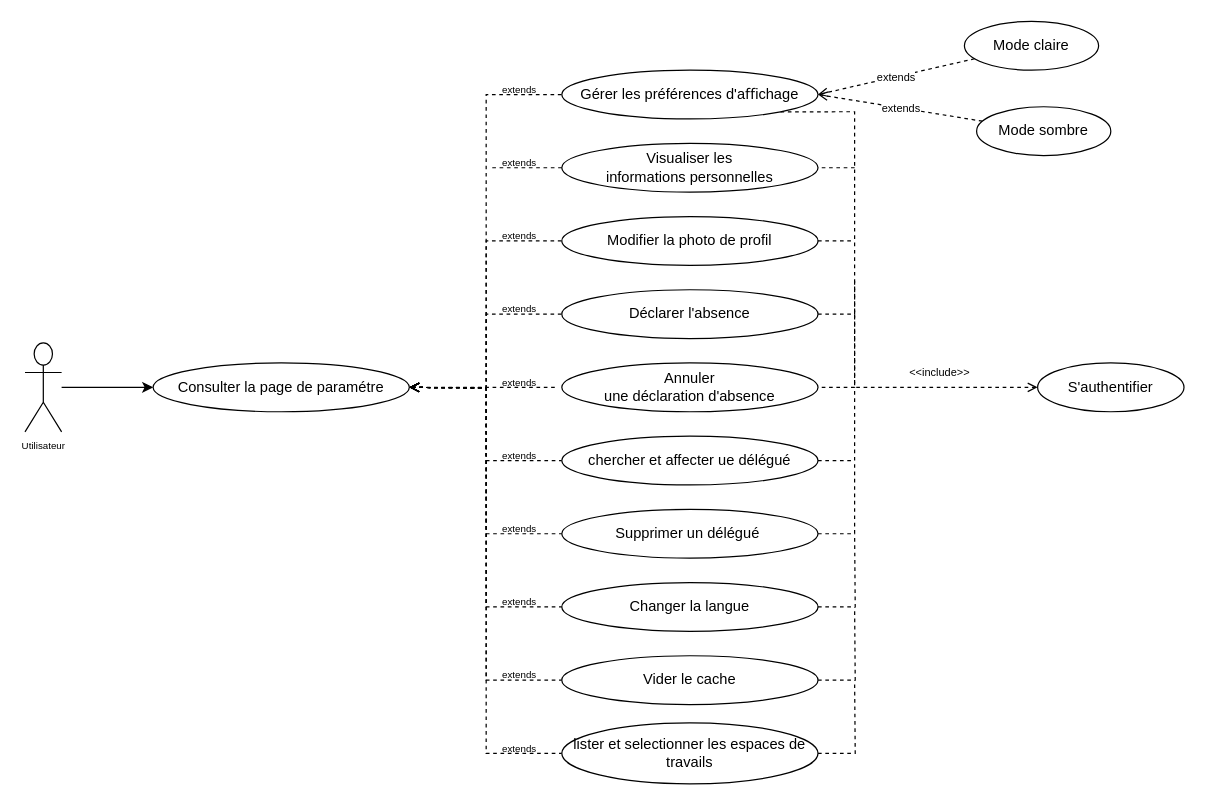
Earlier version of the draw.io diagram UseCaseSprint6.drawio (PFE-Neoledge-2023/rapport). Source tidied: cells renumbered, new cells numbered last; positions are measured from the earlier drawing's top-left corner, leaving out a move shared by most shapes. Both pictures are drawn from the tidied source at 122%, with x=0, y=0 at pixel (24, 21).
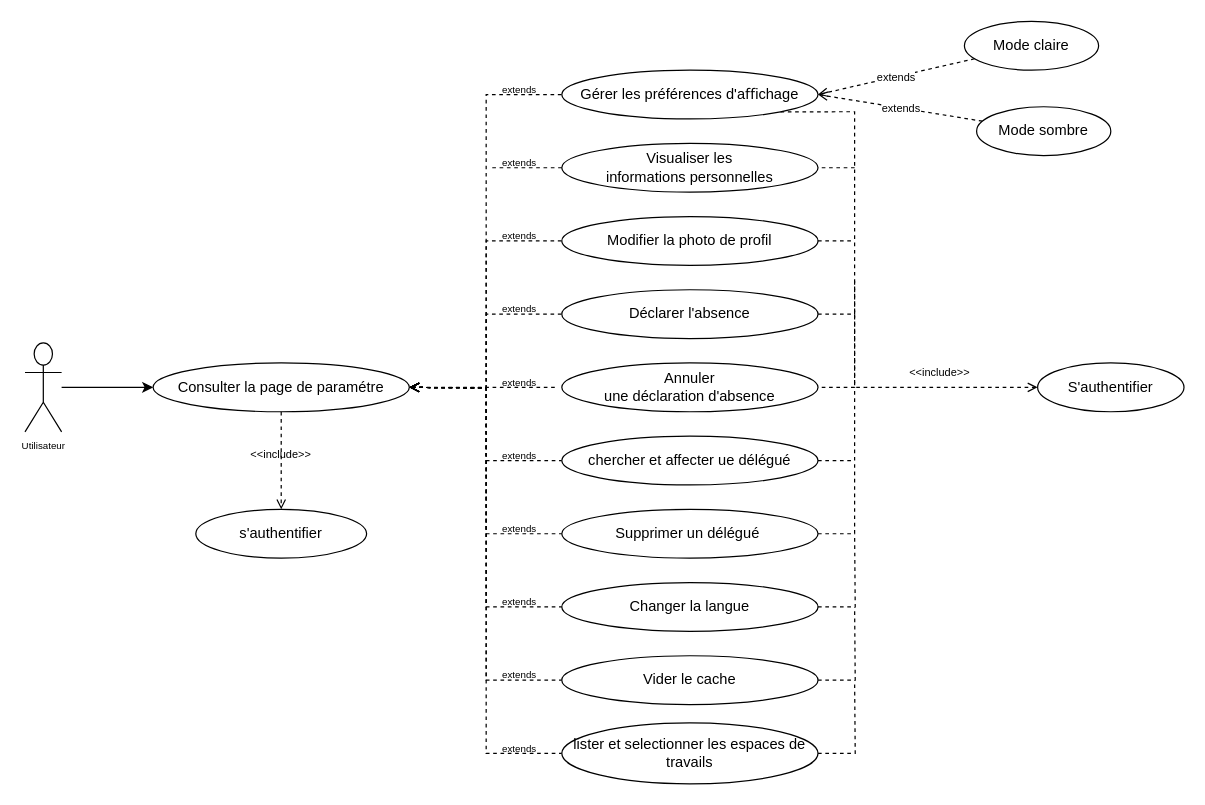
The same diagram, later.

The edit, as a diff of the source:
```diff
@@
+    <mxCell id="51" style="edgeStyle=none;html=1;entryX=0.5;entryY=0;entryDx=0;entryDy=0;dashed=1;endArrow=open;endFill=0;" parent="1" edge="1" target="52">
+      <mxGeometry relative="1" as="geometry">
+        <mxPoint x="210" y="320" as="sourcePoint" />
+      </mxGeometry>
+    </mxCell>
+    <mxCell id="52" value="s'authentifier" style="ellipse;whiteSpace=wrap;html=1;" parent="1" vertex="1">
+      <mxGeometry x="140" y="400" width="140" height="40" as="geometry" />
+    </mxCell>
+    <mxCell id="53" value="&amp;lt;&amp;lt;include&amp;gt;&amp;gt;" style="text;html=1;strokeColor=none;fillColor=none;align=center;verticalAlign=middle;whiteSpace=wrap;rounded=0;fontSize=9;" parent="1" vertex="1">
+      <mxGeometry x="180" y="340" width="60" height="30" as="geometry" />
+    </mxCell>
```
